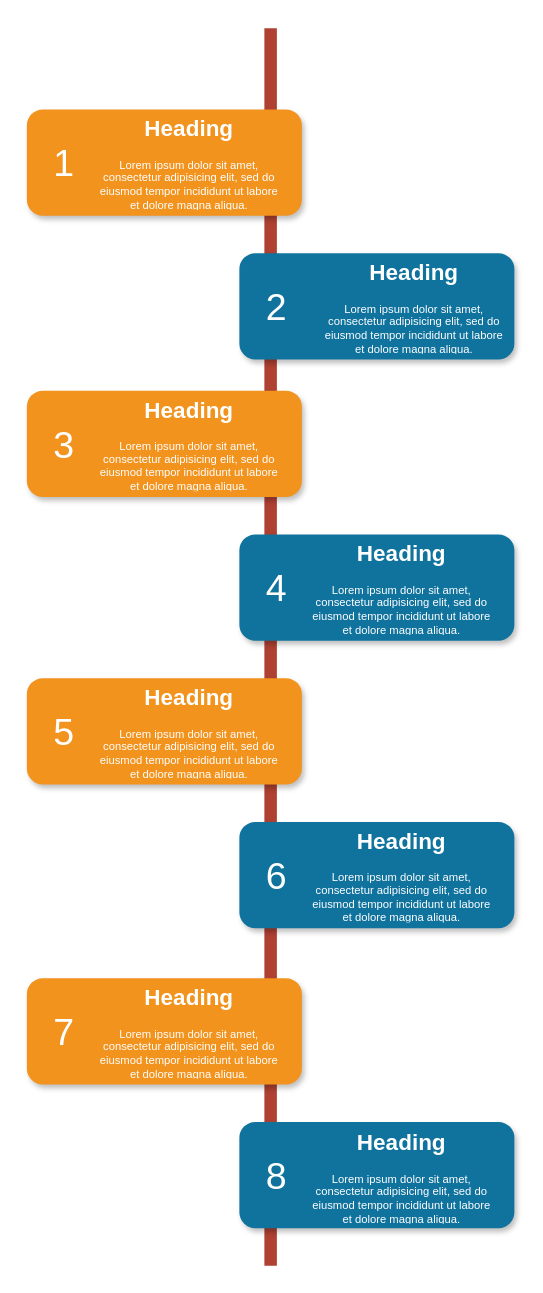
Parallel95/R-test keeps this draw.io diagram as Untitled Diagram.drawio. Above is the earlier version. Source tidied: cells renumbered, new cells numbered last; positions are measured from the earlier drawing's top-left corner, leaving out a move shared by most shapes. Both pictures are drawn from the tidied source at 125%, with x=0, y=0 at pixel (26, 28).
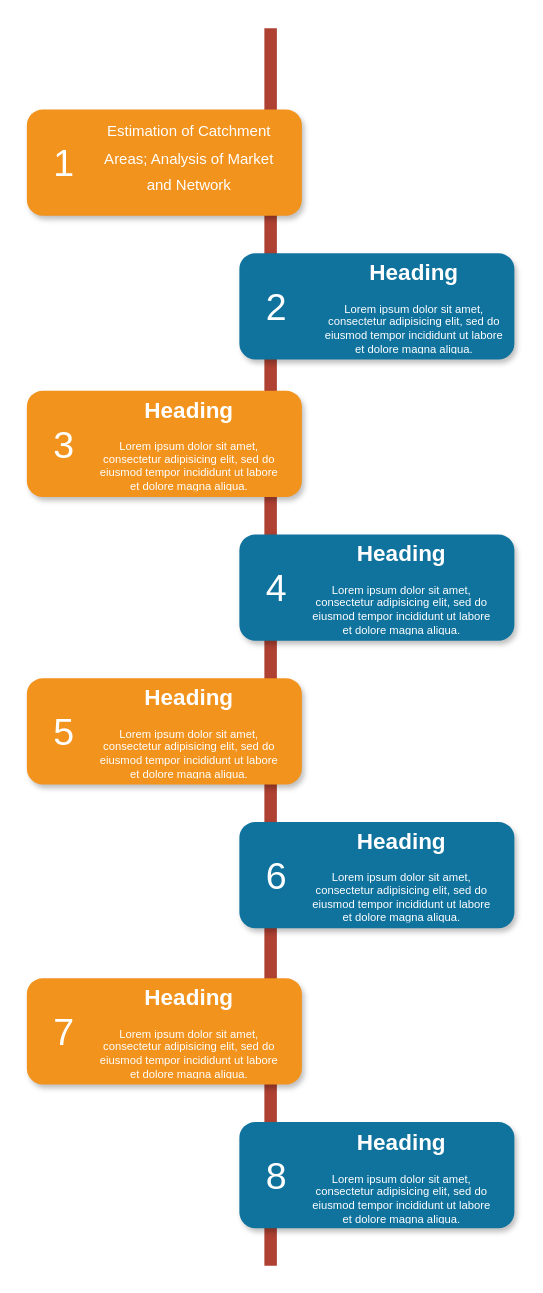
The same diagram, later.

The edit, as a diff of the source:
```diff
@@
-    <mxCell id="19" value="&lt;h1&gt;Heading&lt;/h1&gt;&lt;p&gt;Lorem ipsum dolor sit amet, consectetur adipisicing elit, sed do eiusmod tempor incididunt ut labore et dolore magna aliqua.&lt;/p&gt;" style="text;html=1;spacing=5;spacingTop=-20;whiteSpace=wrap;overflow=hidden;strokeColor=none;strokeWidth=4;fillColor=none;gradientColor=#007FFF;fontSize=9;fontColor=#FFFFFF;align=center;" parent="1" vertex="1">
+    <mxCell id="19" value="&lt;h1&gt;&lt;span style=&quot;font-size: 12px; font-weight: 400;&quot;&gt;Estimation of Catchment Areas; Analysis of Market and Network&lt;/span&gt;&lt;br&gt;&lt;/h1&gt;" style="text;html=1;spacing=5;spacingTop=-20;whiteSpace=wrap;overflow=hidden;strokeWidth=4;fontSize=9;align=center;fontColor=#FFFFFF;" parent="1" vertex="1">
       <mxGeometry x="50" y="69" width="160" height="77" as="geometry" />
     </mxCell>
```
